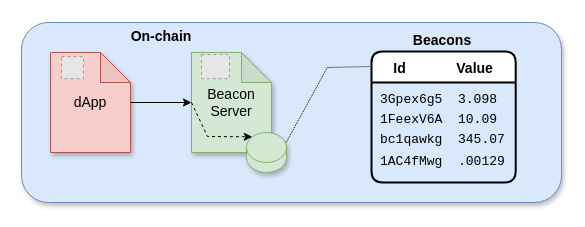
The draw.io diagram docs/beacon/v0.1/assets/diagrams/dapp-beacon.drawio in api3dao/old-api3-docs, before the edit. Source tidied: cells renumbered, new cells numbered last; positions are measured from the earlier drawing's top-left corner, leaving out a move shared by most shapes. Both pictures are drawn from the tidied source at 100%, with x=0, y=0 at pixel (21, 21). Pictures stored in the file or linked from it are replaced by grey dashed boxes.
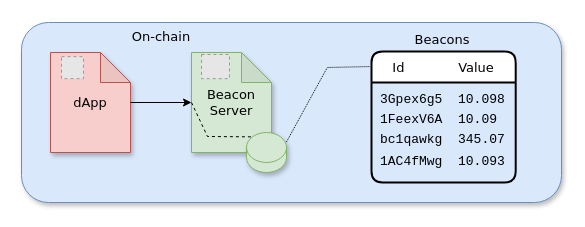
The same diagram, later.

Commit message (it also covers changes not shown here):
Some cosmetic changes to diagrams.

Unchanged cells that the change refers to:
```xml
<mxCell id="6" style="shape=cylinder3;whiteSpace=wrap;html=1;boundedLbl=1;backgroundOutline=1;size=15;shadow=1;fontSize=14;fillColor=#d5e8d4;strokeColor=#82b366;" parent="1" vertex="1">
  <mxGeometry x="225" y="111" width="40" height="40" as="geometry" />
</mxCell>
```

What changed in the source:
```diff
@@
-    <mxCell id="3" value="&lt;font style=&quot;font-size: 14px&quot;&gt;dApp&lt;/font&gt;" style="shape=note;whiteSpace=wrap;html=1;backgroundOutline=1;darkOpacity=0.05;shadow=1;fillColor=#f8cecc;strokeColor=#b85450;" parent="1" vertex="1">
+    <mxCell id="3" value="&lt;font style=&quot;font-size: 13px&quot; face=&quot;Verdana&quot;&gt;dApp&lt;/font&gt;" style="shape=note;whiteSpace=wrap;html=1;backgroundOutline=1;darkOpacity=0.05;shadow=1;fillColor=#f8cecc;strokeColor=#b85450;" parent="1" vertex="1">
       <mxGeometry x="29" y="31" width="80" height="100" as="geometry" />
     </mxCell>
-    <mxCell id="4" value="&lt;font style=&quot;font-size: 14px&quot;&gt;Beacon&lt;br&gt;Server&lt;br&gt;&lt;/font&gt;" style="shape=note;whiteSpace=wrap;html=1;backgroundOutline=1;darkOpacity=0.05;shadow=1;fillColor=#d5e8d4;strokeColor=#82b366;" parent="1" vertex="1">
+    <mxCell id="4" value="&lt;font style=&quot;font-size: 13px&quot;&gt;&lt;font face=&quot;Verdana&quot;&gt;Beacon&lt;br&gt;Server&lt;/font&gt;&lt;br&gt;&lt;/font&gt;" style="shape=note;whiteSpace=wrap;html=1;backgroundOutline=1;darkOpacity=0.05;shadow=1;fillColor=#d5e8d4;strokeColor=#82b366;" parent="1" vertex="1">
       <mxGeometry x="170" y="31" width="80" height="100" as="geometry" />
     </mxCell>
@@
-    <mxCell id="7" value="&lt;b&gt;On-chain&lt;/b&gt;" style="text;html=1;strokeColor=none;fillColor=none;align=center;verticalAlign=middle;whiteSpace=wrap;rounded=0;shadow=1;fontSize=14;" parent="1" vertex="1">
+    <mxCell id="7" value="&lt;font face=&quot;Verdana&quot; style=&quot;font-size: 13px&quot;&gt;On-chain&lt;/font&gt;" style="text;html=1;strokeColor=none;fillColor=none;align=center;verticalAlign=middle;whiteSpace=wrap;rounded=0;shadow=1;fontSize=14;" parent="1" vertex="1">
       <mxGeometry x="90" width="100" height="30" as="geometry" />
     </mxCell>
-    <mxCell id="8" style="endArrow=classic;html=1;rounded=0;dashed=1;exitX=0;exitY=0.5;exitDx=0;exitDy=0;exitPerimeter=0;entryX=0.145;entryY=0;entryDx=0;entryDy=4.35;entryPerimeter=0;" parent="1" edge="1" source="4" target="6">
+    <mxCell id="8" style="endArrow=none;html=1;rounded=0;dashed=1;exitX=0;exitY=0.5;exitDx=0;exitDy=0;exitPerimeter=0;entryX=0.145;entryY=0;entryDx=0;entryDy=4.35;entryPerimeter=0;endFill=0;" parent="1" edge="1" source="4" target="6">
       <mxGeometry relative="1" as="geometry">
         <Array as="points">
           <mxPoint x="186" y="115" />
         </Array>
       </mxGeometry>
     </mxCell>
-    <mxCell id="9" value="Id             Value" style="swimlane;horizontal=1;startSize=31;rounded=1;fontSize=14;fontStyle=1;strokeWidth=2;shadow=0;dashed=0;align=center;arcSize=12;" parent="1" vertex="1">
+    <mxCell id="9" value="Id             Value" style="swimlane;horizontal=1;startSize=31;rounded=1;fontSize=13;fontStyle=0;strokeWidth=2;shadow=0;dashed=0;align=center;arcSize=12;fontFamily=Verdana;" parent="1" vertex="1">
       <mxGeometry x="350" y="30" width="144.2" height="131" as="geometry" />
     </mxCell>
@@
-    <mxCell id="11" value="&lt;font face=&quot;Helvetica&quot; style=&quot;font-size: 14px&quot;&gt;&lt;b&gt;Beacons&lt;/b&gt;&lt;/font&gt;" style="text;html=1;strokeColor=none;fillColor=none;align=center;verticalAlign=middle;whiteSpace=wrap;rounded=0;fontFamily=Courier New;" parent="1" vertex="1">
+    <mxCell id="11" value="&lt;font style=&quot;font-size: 13px&quot; face=&quot;Verdana&quot;&gt;Beacons&lt;/font&gt;" style="text;html=1;strokeColor=none;fillColor=none;align=center;verticalAlign=middle;whiteSpace=wrap;rounded=0;fontFamily=Courier New;" parent="1" vertex="1">
       <mxGeometry x="391.1" y="4" width="60" height="30" as="geometry" />
     </mxCell>
-    <mxCell id="12" value="&lt;span style=&quot;font-size: 13px&quot;&gt;3Gpex6g5&amp;nbsp; 3.098&lt;/span&gt;" style="text;html=1;strokeColor=none;fillColor=none;align=left;verticalAlign=middle;whiteSpace=wrap;rounded=0;fontFamily=Courier New;" parent="1" vertex="1">
+    <mxCell id="12" value="&lt;span style=&quot;font-size: 13px&quot;&gt;3Gpex6g5&amp;nbsp; 10.098&lt;/span&gt;" style="text;html=1;strokeColor=none;fillColor=none;align=left;verticalAlign=middle;whiteSpace=wrap;rounded=0;fontFamily=Courier New;" parent="1" vertex="1">
       <mxGeometry x="356.6" y="68" width="129" height="20" as="geometry" />
     </mxCell>
@@
-    <mxCell id="15" value="&lt;span style=&quot;font-size: 13px;&quot;&gt;1AC4fMwg&amp;nbsp; .00129&lt;/span&gt;" style="text;html=1;strokeColor=none;fillColor=none;align=left;verticalAlign=middle;whiteSpace=wrap;rounded=0;fontFamily=Courier New;" parent="1" vertex="1">
+    <mxCell id="15" value="&lt;span style=&quot;font-size: 13px&quot;&gt;1AC4fMwg&amp;nbsp; 10.093&lt;/span&gt;" style="text;html=1;strokeColor=none;fillColor=none;align=left;verticalAlign=middle;whiteSpace=wrap;rounded=0;fontFamily=Courier New;" parent="1" vertex="1">
       <mxGeometry x="356.6" y="128" width="129" height="23" as="geometry" />
     </mxCell>
```
